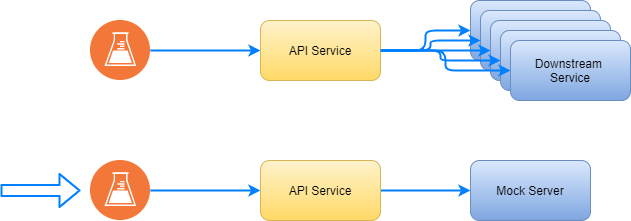
This is design.png from vincent-scw/mock-it-up, a draw.io export, as it was before one commit. Source tidied: cells renumbered, new cells last; positions are measured from the earlier drawing's top-left corner, leaving out a move shared by most shapes. Source of this version:
```xml
<mxGraphModel>
  <root>
    <mxCell id="0" />
    <mxCell id="1" parent="0" />
    <mxCell id="2" value="Downstream &lt;br&gt;Service" style="rounded=1;whiteSpace=wrap;html=1;gradientColor=#7ea6e0;fillColor=#dae8fc;strokeColor=#6c8ebf;" parent="1" vertex="1">
      <mxGeometry x="470" width="120" height="60" as="geometry" />
    </mxCell>
    <mxCell id="3" value="Downstream &lt;br&gt;Service" style="rounded=1;whiteSpace=wrap;html=1;gradientColor=#7ea6e0;fillColor=#dae8fc;strokeColor=#6c8ebf;" parent="1" vertex="1">
      <mxGeometry x="480" y="10" width="120" height="60" as="geometry" />
    </mxCell>
    <mxCell id="4" value="Downstream &lt;br&gt;Service" style="rounded=1;whiteSpace=wrap;html=1;gradientColor=#7ea6e0;fillColor=#dae8fc;strokeColor=#6c8ebf;" parent="1" vertex="1">
      <mxGeometry x="490" y="20" width="120" height="60" as="geometry" />
    </mxCell>
    <mxCell id="5" style="edgeStyle=orthogonalEdgeStyle;jettySize=auto;html=1;strokeWidth=2;shadow=0;rounded=1;targetPerimeterSpacing=0;strokeColor=#007FFF;" parent="1" edge="1" source="6" target="13">
      <mxGeometry relative="1" as="geometry" />
    </mxCell>
    <mxCell id="6" style="perimeter=ellipsePerimeter;html=1;align=center;shadow=0;dashed=0;fontColor=#4277BB;labelBackgroundColor=#ffffff;fontSize=12;spacingTop=3;image;image=img/lib/ibm/devops/continuous_testing.svg;" parent="1" vertex="1">
      <mxGeometry x="90" y="20" width="60" height="60" as="geometry" />
    </mxCell>
    <mxCell id="7" style="edgeStyle=orthogonalEdgeStyle;jettySize=auto;html=1;strokeWidth=2;shadow=0;rounded=1;targetPerimeterSpacing=0;strokeColor=#007FFF;" parent="1" edge="1" source="8" target="15">
      <mxGeometry relative="1" as="geometry" />
    </mxCell>
    <mxCell id="8" style="perimeter=ellipsePerimeter;html=1;align=center;shadow=0;dashed=0;fontColor=#4277BB;labelBackgroundColor=#ffffff;fontSize=12;spacingTop=3;image;image=img/lib/ibm/devops/continuous_testing.svg;" parent="1" vertex="1">
      <mxGeometry x="90" y="160" width="60" height="60" as="geometry" />
    </mxCell>
    <mxCell id="9" style="edgeStyle=orthogonalEdgeStyle;jettySize=auto;html=1;entryX=0;entryY=0.5;entryDx=0;entryDy=0;strokeWidth=2;shadow=0;rounded=1;targetPerimeterSpacing=0;strokeColor=#007FFF;" parent="1" edge="1" source="13" target="2">
      <mxGeometry relative="1" as="geometry" />
    </mxCell>
    <mxCell id="10" style="edgeStyle=orthogonalEdgeStyle;jettySize=auto;html=1;strokeWidth=2;shadow=0;rounded=1;targetPerimeterSpacing=0;strokeColor=#007FFF;" parent="1" edge="1" source="13" target="3">
      <mxGeometry relative="1" as="geometry" />
    </mxCell>
    <mxCell id="11" style="edgeStyle=orthogonalEdgeStyle;jettySize=auto;html=1;strokeWidth=2;shadow=0;rounded=1;targetPerimeterSpacing=0;strokeColor=#007FFF;" parent="1" edge="1" source="13" target="4">
      <mxGeometry relative="1" as="geometry" />
    </mxCell>
    <mxCell id="12" style="edgeStyle=orthogonalEdgeStyle;jettySize=auto;html=1;strokeWidth=2;shadow=0;rounded=1;targetPerimeterSpacing=0;strokeColor=#007FFF;" parent="1" edge="1" source="13" target="16">
      <mxGeometry relative="1" as="geometry" />
    </mxCell>
    <mxCell id="13" value="API Service" style="rounded=1;whiteSpace=wrap;html=1;fillColor=#fff2cc;strokeColor=#d6b656;gradientColor=#ffd966;" parent="1" vertex="1">
      <mxGeometry x="260" y="20" width="120" height="60" as="geometry" />
    </mxCell>
    <mxCell id="14" style="edgeStyle=orthogonalEdgeStyle;jettySize=auto;html=1;strokeWidth=2;shadow=0;rounded=1;targetPerimeterSpacing=0;strokeColor=#007FFF;" parent="1" edge="1" source="15" target="17">
      <mxGeometry relative="1" as="geometry" />
    </mxCell>
    <mxCell id="15" value="API Service" style="rounded=1;whiteSpace=wrap;html=1;gradientColor=#ffd966;fillColor=#fff2cc;strokeColor=#d6b656;" parent="1" vertex="1">
      <mxGeometry x="260" y="160" width="120" height="60" as="geometry" />
    </mxCell>
    <mxCell id="16" value="Downstream &lt;br&gt;Service" style="rounded=1;whiteSpace=wrap;html=1;gradientColor=#7ea6e0;fillColor=#dae8fc;strokeColor=#6c8ebf;" parent="1" vertex="1">
      <mxGeometry x="500" y="30" width="120" height="60" as="geometry" />
    </mxCell>
    <mxCell id="17" value="Mock Server" style="rounded=1;whiteSpace=wrap;html=1;gradientColor=#7ea6e0;fillColor=#dae8fc;strokeColor=#6c8ebf;" parent="1" vertex="1">
      <mxGeometry x="470" y="160" width="120" height="60" as="geometry" />
    </mxCell>
    <mxCell id="18" value="Downstream &lt;br&gt;Service" style="rounded=1;whiteSpace=wrap;html=1;gradientColor=#7ea6e0;fillColor=#dae8fc;strokeColor=#6c8ebf;" parent="1" vertex="1">
      <mxGeometry x="510" y="40" width="120" height="60" as="geometry" />
    </mxCell>
    <mxCell id="19" style="edgeStyle=orthogonalEdgeStyle;jettySize=auto;html=1;strokeWidth=2;shadow=0;rounded=1;targetPerimeterSpacing=0;strokeColor=#007FFF;" parent="1" edge="1" source="13" target="18">
      <mxGeometry relative="1" as="geometry" />
    </mxCell>
    <mxCell id="20" style="shape=flexArrow;endArrow=classic;html=1;shadow=0;strokeColor=#007FFF;strokeWidth=2;" parent="1" edge="1">
      <mxGeometry relative="1" as="geometry">
        <mxPoint y="190" as="sourcePoint" />
        <mxPoint x="80" y="190" as="targetPoint" />
      </mxGeometry>
    </mxCell>
  </root>
</mxGraphModel>
```
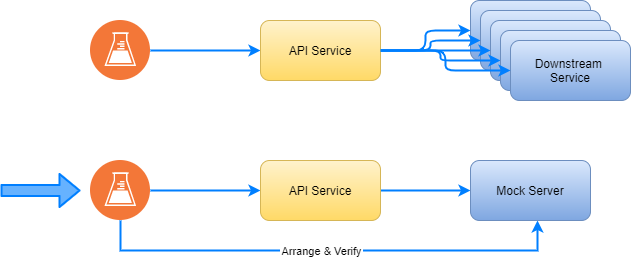
The same file after the commit.

The edit, as a diff of the source:
```diff
@@ -20,6 +20,19 @@
     <mxCell id="7" style="edgeStyle=orthogonalEdgeStyle;jettySize=auto;html=1;strokeWidth=2;shadow=0;rounded=1;targetPerimeterSpacing=0;strokeColor=#007FFF;" parent="1" edge="1" source="8" target="15">
       <mxGeometry relative="1" as="geometry" />
     </mxCell>
+    <mxCell id="21" style="edgeStyle=orthogonalEdgeStyle;rounded=0;jettySize=auto;html=1;entryX=0.558;entryY=1;entryDx=0;entryDy=0;entryPerimeter=0;fillColor=#66B2FF;strokeColor=#007FFF;strokeWidth=2;" parent="1" edge="1" source="8" target="17">
+      <mxGeometry relative="1" as="geometry">
+        <Array as="points">
+          <mxPoint x="120" y="250" />
+          <mxPoint x="537" y="250" />
+        </Array>
+      </mxGeometry>
+    </mxCell>
+    <mxCell id="22" value="Arrange &amp;amp; Verify" style="edgeLabel;html=1;align=center;verticalAlign=middle;labelBorderColor=#FFFFFF;" parent="21" vertex="1">
+      <mxGeometry x="-0.42" relative="1" as="geometry">
+        <mxPoint x="91" as="offset" />
+      </mxGeometry>
+    </mxCell>
     <mxCell id="8" style="perimeter=ellipsePerimeter;html=1;align=center;shadow=0;dashed=0;fontColor=#4277BB;labelBackgroundColor=#ffffff;fontSize=12;spacingTop=3;image;image=img/lib/ibm/devops/continuous_testing.svg;" parent="1" vertex="1">
       <mxGeometry x="90" y="160" width="60" height="60" as="geometry" />
     </mxCell>
@@ -56,7 +69,7 @@
     <mxCell id="19" style="edgeStyle=orthogonalEdgeStyle;jettySize=auto;html=1;strokeWidth=2;shadow=0;rounded=1;targetPerimeterSpacing=0;strokeColor=#007FFF;" parent="1" edge="1" source="13" target="18">
       <mxGeometry relative="1" as="geometry" />
     </mxCell>
-    <mxCell id="20" style="shape=flexArrow;endArrow=classic;html=1;shadow=0;strokeColor=#007FFF;strokeWidth=2;" parent="1" edge="1">
+    <mxCell id="20" style="shape=flexArrow;endArrow=classic;html=1;shadow=0;strokeColor=#007FFF;strokeWidth=2;fillColor=#66B2FF;" parent="1" edge="1">
       <mxGeometry relative="1" as="geometry">
         <mxPoint y="190" as="sourcePoint" />
         <mxPoint x="80" y="190" as="targetPoint" />
```
